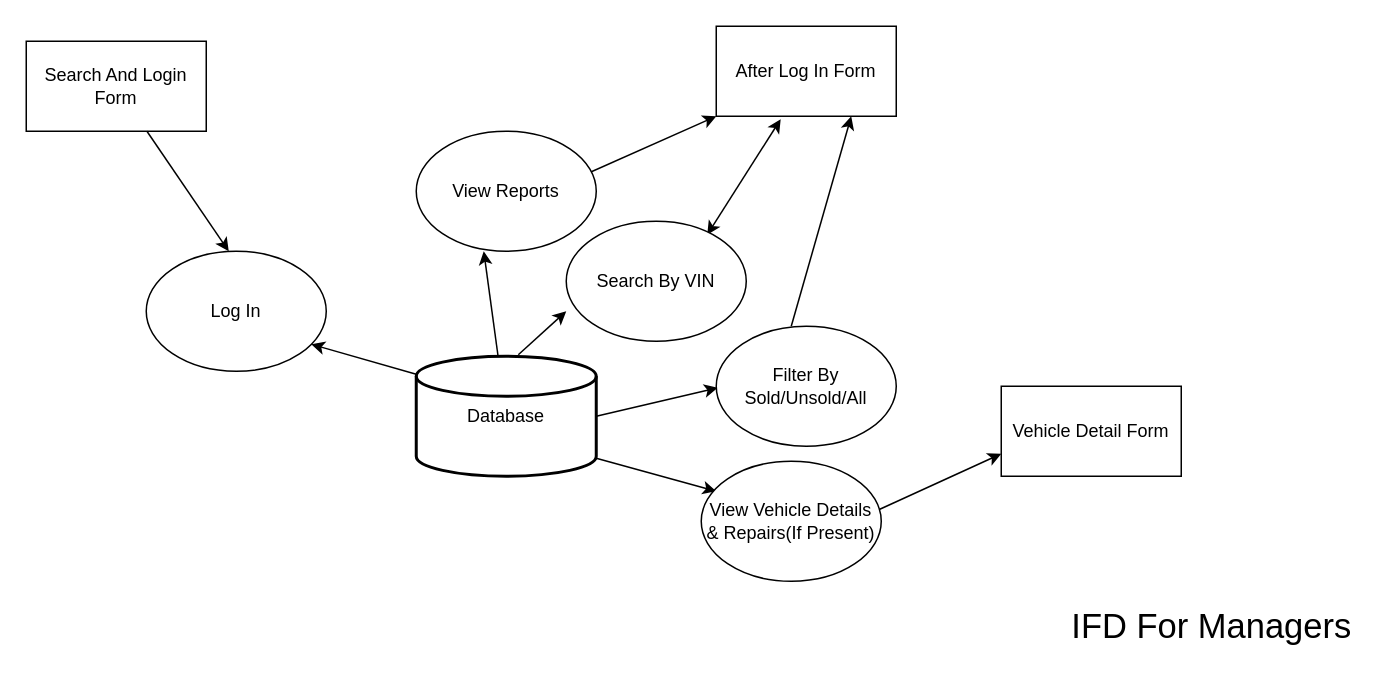
Above: Managers/IFD For Managers.drawio in dennismdan/car_dealership_database_proj (draw.io), before the change. Source tidied: cells renumbered, new cells numbered last; positions are measured from the earlier drawing's top-left corner, leaving out a move shared by most shapes. Both pictures are drawn from the tidied source at 150%, with x=0, y=0 at pixel (26, 26).
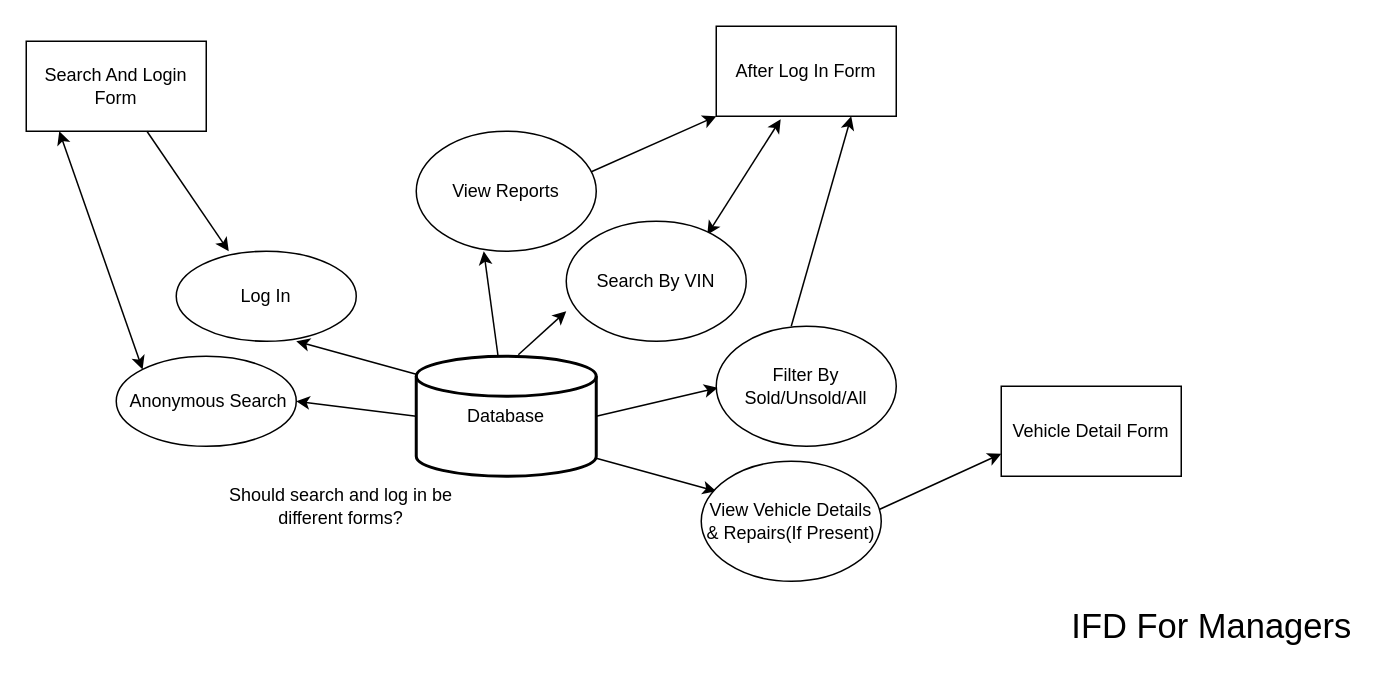
After the change.

Unchanged cells that the change refers to:
```xml
<mxCell id="2" value="Database" style="strokeWidth=2;html=1;shape=mxgraph.flowchart.database;whiteSpace=wrap;fontSize=12;" parent="1" vertex="1">
  <mxGeometry x="260" y="220" width="120" height="80" as="geometry" />
</mxCell>
```

The edit, as a diff of the source:
```diff
@@
     <mxCell id="6" value="Log In" style="ellipse;whiteSpace=wrap;html=1;" parent="1" vertex="1">
-      <mxGeometry x="80" y="150" width="120" height="80" as="geometry" />
+      <mxGeometry x="100" y="150" width="120" height="60" as="geometry" />
     </mxCell>
     <mxCell id="7" style="endArrow=classic;html=1;exitX=0;exitY=0.15;exitDx=0;exitDy=0;exitPerimeter=0;" parent="1" edge="1" source="2">
       <mxGeometry relative="1" as="geometry">
-        <mxPoint x="190" y="212" as="targetPoint" />
+        <mxPoint x="180" y="210" as="targetPoint" />
       </mxGeometry>
     </mxCell>
@@
+    <mxCell id="22" value="&amp;nbsp;Anonymous Search" style="ellipse;whiteSpace=wrap;html=1;" parent="1" vertex="1">
+      <mxGeometry x="60" y="220" width="120" height="60" as="geometry" />
+    </mxCell>
+    <mxCell id="23" style="endArrow=classic;html=1;exitX=0;exitY=0.5;exitDx=0;exitDy=0;exitPerimeter=0;entryX=1;entryY=0.5;entryDx=0;entryDy=0;" parent="1" edge="1" source="2" target="22">
+      <mxGeometry relative="1" as="geometry" />
+    </mxCell>
+    <mxCell id="24" style="endArrow=classic;startArrow=classic;html=1;exitX=0;exitY=0;exitDx=0;exitDy=0;" parent="1" edge="1" source="22">
+      <mxGeometry relative="1" as="geometry">
+        <mxPoint x="22" y="70" as="targetPoint" />
+      </mxGeometry>
+    </mxCell>
+    <mxCell id="25" value="Should search and log in be different forms?" style="text;html=1;strokeColor=none;fillColor=none;align=center;verticalAlign=middle;whiteSpace=wrap;rounded=0;" parent="1" vertex="1">
+      <mxGeometry x="120" y="310" width="180" height="20" as="geometry" />
+    </mxCell>
```
